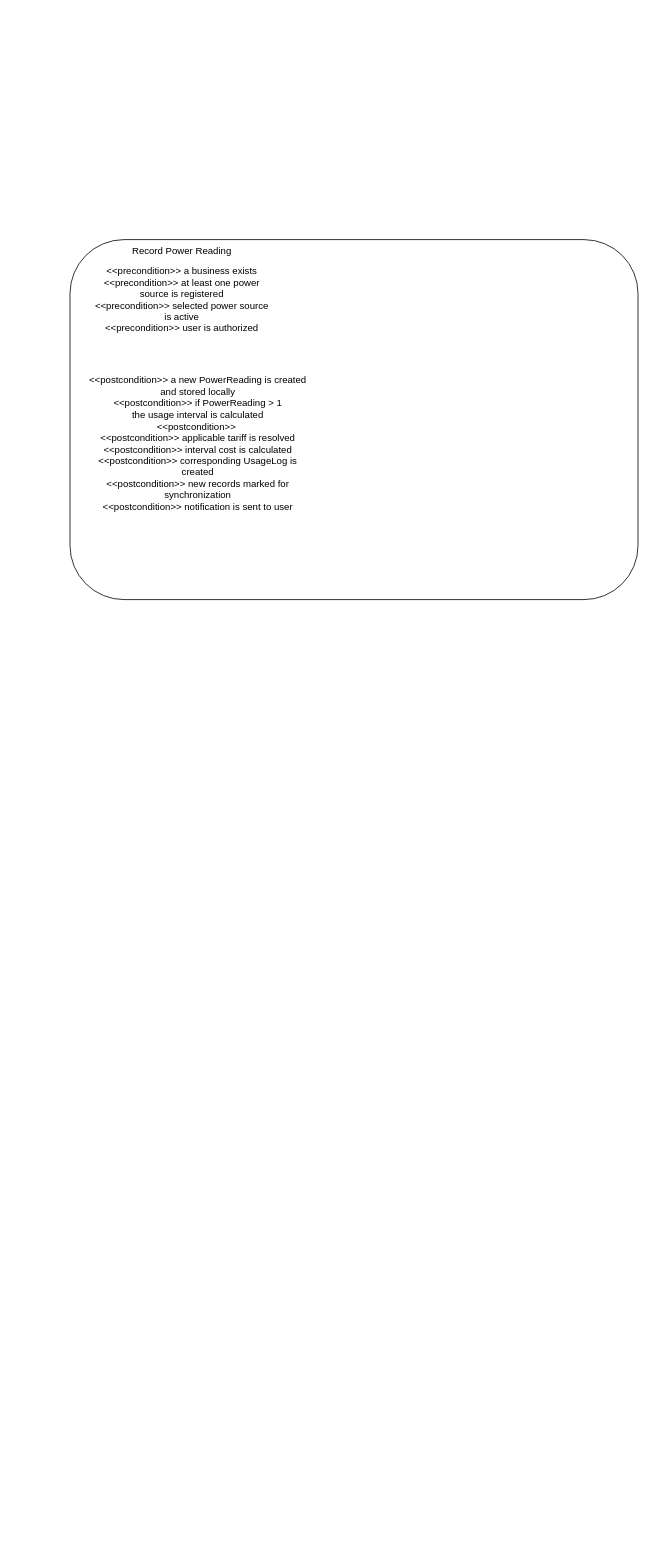
Chiamie/power-cost-tracker keeps this draw.io diagram as page "activity-diagram" (5 of 7) of power-cost.drawio. Above is the earlier version. Source tidied: cells renumbered, new cells numbered last; positions are measured from the earlier drawing's top-left corner, leaving out a move shared by most shapes. Both pictures are drawn from the tidied source at 80%, with x=0, y=0 at pixel (70, 239).
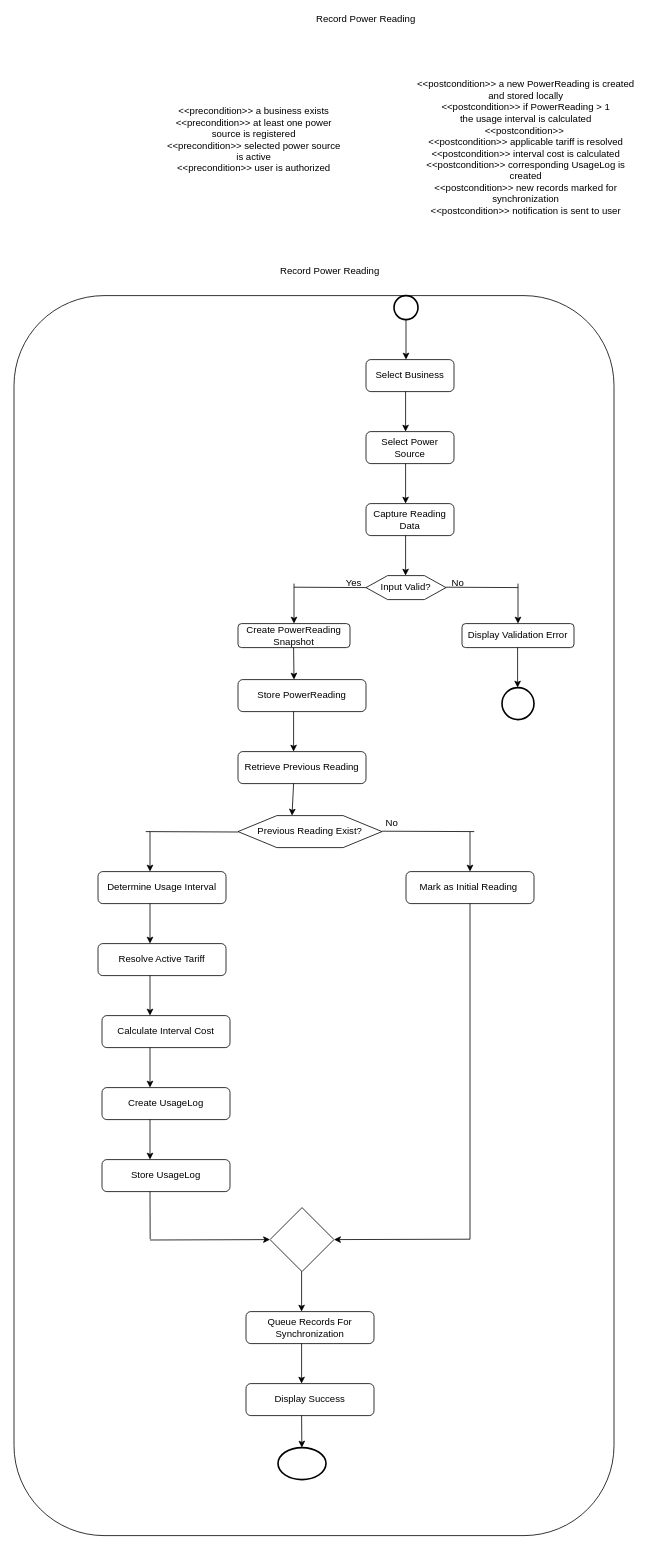
The same page after the edit.

Commit message:
added activity flow diagram  for Record Power Reading use case

Change to the diagram source:
```diff
@@
     <mxCell id="2" style="rounded=1;whiteSpace=wrap;html=1;" parent="1" vertex="1">
-      <mxGeometry width="710" height="450" as="geometry" />
+      <mxGeometry x="-70" y="70" width="750" height="1550" as="geometry" />
     </mxCell>
     <mxCell id="3" value="Record Power Reading" style="text;html=1;whiteSpace=wrap;strokeColor=none;fillColor=none;align=center;verticalAlign=middle;rounded=0;" parent="1" vertex="1">
-      <mxGeometry x="70" y="10" width="140" height="10" as="geometry" />
+      <mxGeometry x="180" y="20" width="290" height="40" as="geometry" />
     </mxCell>
     <mxCell id="4" value="&amp;lt;&amp;lt;precondition&amp;gt;&amp;gt; a business exists&lt;div&gt;&amp;lt;&amp;lt;precondition&amp;gt;&amp;gt; at least one power source is registered&lt;/div&gt;&lt;div&gt;&amp;lt;&amp;lt;precondition&amp;gt;&amp;gt; selected power source is active&lt;/div&gt;&lt;div&gt;&amp;lt;&amp;lt;precondition&amp;gt;&amp;gt; user is authorized&lt;/div&gt;" style="text;html=1;whiteSpace=wrap;strokeColor=none;fillColor=none;align=center;verticalAlign=middle;rounded=0;" parent="1" vertex="1">
-      <mxGeometry x="30" y="30" width="220" height="90" as="geometry" />
+      <mxGeometry x="120" y="-170" width="220" height="90" as="geometry" />
     </mxCell>
     <mxCell id="5" value="&amp;lt;&amp;lt;postcondition&amp;gt;&amp;gt; a new PowerReading is created and stored locally&lt;div&gt;&amp;lt;&amp;lt;postcondition&amp;gt;&amp;gt; if PowerReading &amp;gt; 1&lt;/div&gt;&lt;div&gt;the usage interval is calculated&lt;/div&gt;&lt;div&gt;&amp;lt;&amp;lt;postcondition&amp;gt;&amp;gt;&amp;nbsp;&lt;/div&gt;&lt;div&gt;&amp;lt;&amp;lt;postcondition&amp;gt;&amp;gt; applicable tariff is resolved&lt;/div&gt;&lt;div&gt;&amp;lt;&amp;lt;postcondition&amp;gt;&amp;gt; interval cost is calculated&lt;/div&gt;&lt;div&gt;&amp;lt;&amp;lt;postcondition&amp;gt;&amp;gt; corresponding UsageLog is created&lt;/div&gt;&lt;div&gt;&amp;lt;&amp;lt;postcondition&amp;gt;&amp;gt; new records marked for synchronization&lt;/div&gt;&lt;div&gt;&amp;lt;&amp;lt;postcondition&amp;gt;&amp;gt; notification is sent to user&lt;/div&gt;" style="text;html=1;whiteSpace=wrap;strokeColor=none;fillColor=none;align=center;verticalAlign=middle;rounded=0;" parent="1" vertex="1">
-      <mxGeometry x="20" y="220" width="280" height="70" as="geometry" />
+      <mxGeometry x="430" y="-150" width="280" height="70" as="geometry" />
     </mxCell>
+    <mxCell id="6" value="Select Business" style="rounded=1;whiteSpace=wrap;html=1;" parent="1" vertex="1">
+      <mxGeometry x="370" y="150" width="110" height="40" as="geometry" />
+    </mxCell>
+    <mxCell id="7" value="Record Power Reading" style="text;html=1;whiteSpace=wrap;strokeColor=none;fillColor=none;align=center;verticalAlign=middle;rounded=0;" parent="1" vertex="1">
+      <mxGeometry x="300" y="-280" width="140" height="10" as="geometry" />
+    </mxCell>
+    <mxCell id="8" style="strokeWidth=2;html=1;shape=mxgraph.flowchart.start_2;whiteSpace=wrap;" parent="1" vertex="1">
+      <mxGeometry x="405" y="70" width="30" height="30" as="geometry" />
+    </mxCell>
+    <mxCell id="9" value="Select Power Source" style="rounded=1;whiteSpace=wrap;html=1;" parent="1" vertex="1">
+      <mxGeometry x="370" y="240" width="110" height="40" as="geometry" />
+    </mxCell>
+    <mxCell id="10" value="Capture Reading Data" style="rounded=1;whiteSpace=wrap;html=1;" parent="1" vertex="1">
+      <mxGeometry x="370" y="330" width="110" height="40" as="geometry" />
+    </mxCell>
+    <mxCell id="11" style="verticalLabelPosition=bottom;verticalAlign=top;html=1;shape=hexagon;perimeter=hexagonPerimeter2;arcSize=6;size=0.27;" parent="1" vertex="1">
+      <mxGeometry x="370" y="420" width="100" height="30" as="geometry" />
+    </mxCell>
+    <mxCell id="12" value="Input Valid?" style="text;html=1;whiteSpace=wrap;strokeColor=none;fillColor=none;align=center;verticalAlign=middle;rounded=0;" parent="1" vertex="1">
+      <mxGeometry x="380" y="420" width="80" height="30" as="geometry" />
+    </mxCell>
+    <mxCell id="13" style="endArrow=classic;html=1;rounded=0;exitX=0.5;exitY=1;exitDx=0;exitDy=0;exitPerimeter=0;" parent="1" edge="1" source="8">
+      <mxGeometry relative="1" as="geometry">
+        <mxPoint x="420" y="150" as="targetPoint" />
+      </mxGeometry>
+    </mxCell>
+    <mxCell id="14" style="endArrow=classic;html=1;rounded=0;exitX=0.5;exitY=1;exitDx=0;exitDy=0;exitPerimeter=0;" parent="1" edge="1">
+      <mxGeometry relative="1" as="geometry">
+        <mxPoint x="419.5" y="190" as="sourcePoint" />
+        <mxPoint x="419.5" y="240" as="targetPoint" />
+      </mxGeometry>
+    </mxCell>
+    <mxCell id="15" style="endArrow=classic;html=1;rounded=0;exitX=0.5;exitY=1;exitDx=0;exitDy=0;exitPerimeter=0;" parent="1" edge="1">
+      <mxGeometry relative="1" as="geometry">
+        <mxPoint x="419.5" y="280" as="sourcePoint" />
+        <mxPoint x="419.5" y="330" as="targetPoint" />
+      </mxGeometry>
+    </mxCell>
+    <mxCell id="16" style="endArrow=classic;html=1;rounded=0;exitX=0.5;exitY=1;exitDx=0;exitDy=0;exitPerimeter=0;" parent="1" edge="1">
+      <mxGeometry relative="1" as="geometry">
+        <mxPoint x="419.5" y="370" as="sourcePoint" />
+        <mxPoint x="419.5" y="420" as="targetPoint" />
+      </mxGeometry>
+    </mxCell>
+    <mxCell id="17" style="endArrow=none;html=1;rounded=0;" parent="1" edge="1">
+      <mxGeometry relative="1" as="geometry">
+        <mxPoint x="470" y="434.5" as="sourcePoint" />
+        <mxPoint x="560" y="435" as="targetPoint" />
+      </mxGeometry>
+    </mxCell>
+    <mxCell id="18" style="endArrow=classic;html=1;rounded=0;exitX=0.5;exitY=1;exitDx=0;exitDy=0;exitPerimeter=0;" parent="1" edge="1">
+      <mxGeometry relative="1" as="geometry">
+        <mxPoint x="560" y="430" as="sourcePoint" />
+        <mxPoint x="560" y="480" as="targetPoint" />
+      </mxGeometry>
+    </mxCell>
+    <mxCell id="19" style="strokeWidth=2;html=1;shape=mxgraph.flowchart.start_2;whiteSpace=wrap;" parent="1" vertex="1">
+      <mxGeometry x="540" y="560" width="40" height="40" as="geometry" />
+    </mxCell>
+    <mxCell id="20" value="Display Validation Error" style="rounded=1;whiteSpace=wrap;html=1;" parent="1" vertex="1">
+      <mxGeometry x="490" y="480" width="140" height="30" as="geometry" />
+    </mxCell>
+    <mxCell id="21" style="endArrow=classic;html=1;rounded=0;exitX=0.5;exitY=1;exitDx=0;exitDy=0;exitPerimeter=0;" parent="1" edge="1">
+      <mxGeometry relative="1" as="geometry">
+        <mxPoint x="559.5" y="510" as="sourcePoint" />
+        <mxPoint x="559.5" y="560" as="targetPoint" />
+      </mxGeometry>
+    </mxCell>
+    <mxCell id="22" value="No" style="text;html=1;whiteSpace=wrap;strokeColor=none;fillColor=none;align=center;verticalAlign=middle;rounded=0;" parent="1" vertex="1">
+      <mxGeometry x="470" y="420" width="30" height="20" as="geometry" />
+    </mxCell>
+    <mxCell id="23" value="Yes" style="text;html=1;whiteSpace=wrap;strokeColor=none;fillColor=none;align=center;verticalAlign=middle;rounded=0;" parent="1" vertex="1">
+      <mxGeometry x="340" y="420" width="30" height="20" as="geometry" />
+    </mxCell>
+    <mxCell id="24" style="endArrow=classic;html=1;rounded=0;exitX=0.5;exitY=1;exitDx=0;exitDy=0;exitPerimeter=0;" parent="1" edge="1">
+      <mxGeometry relative="1" as="geometry">
+        <mxPoint x="280" y="430" as="sourcePoint" />
+        <mxPoint x="280" y="480" as="targetPoint" />
+      </mxGeometry>
+    </mxCell>
+    <mxCell id="25" value="Create PowerReading Snapshot" style="rounded=1;whiteSpace=wrap;html=1;" parent="1" vertex="1">
+      <mxGeometry x="210" y="480" width="140" height="30" as="geometry" />
+    </mxCell>
+    <mxCell id="26" style="endArrow=classic;html=1;rounded=0;exitX=0.5;exitY=1;exitDx=0;exitDy=0;exitPerimeter=0;" parent="1" edge="1">
+      <mxGeometry relative="1" as="geometry">
+        <mxPoint x="279.5" y="510" as="sourcePoint" />
+        <mxPoint x="280" y="550" as="targetPoint" />
+      </mxGeometry>
+    </mxCell>
+    <mxCell id="27" value="Store PowerReading" style="rounded=1;whiteSpace=wrap;html=1;" parent="1" vertex="1">
+      <mxGeometry x="210" y="550" width="160" height="40" as="geometry" />
+    </mxCell>
+    <mxCell id="28" style="endArrow=classic;html=1;rounded=0;exitX=0.5;exitY=1;exitDx=0;exitDy=0;exitPerimeter=0;" parent="1" edge="1">
+      <mxGeometry relative="1" as="geometry">
+        <mxPoint x="279.5" y="590" as="sourcePoint" />
+        <mxPoint x="279.5" y="640" as="targetPoint" />
+      </mxGeometry>
+    </mxCell>
+    <mxCell id="29" value="Retrieve Previous Reading" style="rounded=1;whiteSpace=wrap;html=1;" parent="1" vertex="1">
+      <mxGeometry x="210" y="640" width="160" height="40" as="geometry" />
+    </mxCell>
+    <mxCell id="30" style="endArrow=classic;html=1;rounded=0;exitX=0.5;exitY=1;exitDx=0;exitDy=0;exitPerimeter=0;entryX=0.375;entryY=0;entryDx=0;entryDy=0;" parent="1" edge="1" target="31">
+      <mxGeometry relative="1" as="geometry">
+        <mxPoint x="279.5" y="680" as="sourcePoint" />
+      </mxGeometry>
+    </mxCell>
+    <mxCell id="31" style="verticalLabelPosition=bottom;verticalAlign=top;html=1;shape=hexagon;perimeter=hexagonPerimeter2;arcSize=6;size=0.27;" parent="1" vertex="1">
+      <mxGeometry x="210" y="720" width="180" height="40" as="geometry" />
+    </mxCell>
+    <mxCell id="32" value="Previous Reading Exist?" style="text;html=1;whiteSpace=wrap;strokeColor=none;fillColor=none;align=center;verticalAlign=middle;rounded=0;" parent="1" vertex="1">
+      <mxGeometry x="195" y="730" width="210" height="20" as="geometry" />
+    </mxCell>
+    <mxCell id="33" style="endArrow=none;html=1;rounded=0;entryX=0.754;entryY=0.614;entryDx=0;entryDy=0;entryPerimeter=0;" parent="1" edge="1">
+      <mxGeometry relative="1" as="geometry">
+        <mxPoint x="390" y="739.5" as="sourcePoint" />
+        <mxPoint x="505.3" y="740" as="targetPoint" />
+      </mxGeometry>
+    </mxCell>
+    <mxCell id="34" style="endArrow=classic;html=1;rounded=0;exitX=0.5;exitY=1;exitDx=0;exitDy=0;exitPerimeter=0;" parent="1" edge="1">
+      <mxGeometry relative="1" as="geometry">
+        <mxPoint x="500" y="740" as="sourcePoint" />
+        <mxPoint x="500" y="790" as="targetPoint" />
+      </mxGeometry>
+    </mxCell>
+    <mxCell id="35" value="No" style="text;html=1;whiteSpace=wrap;strokeColor=none;fillColor=none;align=center;verticalAlign=middle;rounded=0;" parent="1" vertex="1">
+      <mxGeometry x="390" y="720" width="25" height="20" as="geometry" />
+    </mxCell>
+    <mxCell id="36" value="Mark as Initial Reading&amp;nbsp;" style="rounded=1;whiteSpace=wrap;html=1;" parent="1" vertex="1">
+      <mxGeometry x="420" y="790" width="160" height="40" as="geometry" />
+    </mxCell>
+    <mxCell id="37" style="endArrow=none;html=1;rounded=0;entryX=0.754;entryY=0.614;entryDx=0;entryDy=0;entryPerimeter=0;" parent="1" edge="1">
+      <mxGeometry relative="1" as="geometry">
+        <mxPoint x="94.7" y="740" as="sourcePoint" />
+        <mxPoint x="210" y="740.5" as="targetPoint" />
+      </mxGeometry>
+    </mxCell>
+    <mxCell id="38" style="endArrow=classic;html=1;rounded=0;exitX=0.5;exitY=1;exitDx=0;exitDy=0;exitPerimeter=0;" parent="1" edge="1">
+      <mxGeometry relative="1" as="geometry">
+        <mxPoint x="100" y="740" as="sourcePoint" />
+        <mxPoint x="100" y="790" as="targetPoint" />
+      </mxGeometry>
+    </mxCell>
+    <mxCell id="39" value="Determine Usage Interval" style="rounded=1;whiteSpace=wrap;html=1;" parent="1" vertex="1">
+      <mxGeometry x="35" y="790" width="160" height="40" as="geometry" />
+    </mxCell>
+    <mxCell id="40" value="Resolve Active Tariff" style="rounded=1;whiteSpace=wrap;html=1;" parent="1" vertex="1">
+      <mxGeometry x="35" y="880" width="160" height="40" as="geometry" />
+    </mxCell>
+    <mxCell id="41" style="endArrow=classic;html=1;rounded=0;exitX=0.5;exitY=1;exitDx=0;exitDy=0;exitPerimeter=0;" parent="1" edge="1">
+      <mxGeometry relative="1" as="geometry">
+        <mxPoint x="100" y="830" as="sourcePoint" />
+        <mxPoint x="100" y="880" as="targetPoint" />
+      </mxGeometry>
+    </mxCell>
+    <mxCell id="42" style="endArrow=classic;html=1;rounded=0;exitX=0.5;exitY=1;exitDx=0;exitDy=0;exitPerimeter=0;" parent="1" edge="1">
+      <mxGeometry relative="1" as="geometry">
+        <mxPoint x="100" y="920" as="sourcePoint" />
+        <mxPoint x="100" y="970" as="targetPoint" />
+      </mxGeometry>
+    </mxCell>
+    <mxCell id="43" value="Calculate Interval Cost" style="rounded=1;whiteSpace=wrap;html=1;" parent="1" vertex="1">
+      <mxGeometry x="40" y="970" width="160" height="40" as="geometry" />
+    </mxCell>
+    <mxCell id="44" value="Create UsageLog" style="rounded=1;whiteSpace=wrap;html=1;" parent="1" vertex="1">
+      <mxGeometry x="40" y="1060" width="160" height="40" as="geometry" />
+    </mxCell>
+    <mxCell id="45" style="endArrow=classic;html=1;rounded=0;exitX=0.5;exitY=1;exitDx=0;exitDy=0;exitPerimeter=0;" parent="1" edge="1">
+      <mxGeometry relative="1" as="geometry">
+        <mxPoint x="100" y="1010" as="sourcePoint" />
+        <mxPoint x="100" y="1060" as="targetPoint" />
+      </mxGeometry>
+    </mxCell>
+    <mxCell id="46" style="endArrow=classic;html=1;rounded=0;exitX=0.5;exitY=1;exitDx=0;exitDy=0;exitPerimeter=0;" parent="1" edge="1">
+      <mxGeometry relative="1" as="geometry">
+        <mxPoint x="100" y="1100" as="sourcePoint" />
+        <mxPoint x="100" y="1150" as="targetPoint" />
+      </mxGeometry>
+    </mxCell>
+    <mxCell id="47" value="Store UsageLog" style="rounded=1;whiteSpace=wrap;html=1;" parent="1" vertex="1">
+      <mxGeometry x="40" y="1150" width="160" height="40" as="geometry" />
+    </mxCell>
+    <mxCell id="48" style="endArrow=none;html=1;rounded=0;curved=0;exitX=0.307;exitY=0.819;exitDx=0;exitDy=0;exitPerimeter=0;" parent="1" edge="1">
+      <mxGeometry relative="1" as="geometry">
+        <mxPoint x="100.2" y="1249.4" as="sourcePoint" />
+        <mxPoint x="100" y="1190" as="targetPoint" />
+      </mxGeometry>
+    </mxCell>
+    <mxCell id="49" style="endArrow=classic;html=1;rounded=0;exitX=0.5;exitY=1;exitDx=0;exitDy=0;exitPerimeter=0;entryX=0.48;entryY=0.819;entryDx=0;entryDy=0;entryPerimeter=0;" parent="1" edge="1">
+      <mxGeometry relative="1" as="geometry">
+        <mxPoint x="100" y="1250.5" as="sourcePoint" />
+        <mxPoint x="250" y="1250" as="targetPoint" />
+      </mxGeometry>
+    </mxCell>
+    <mxCell id="50" style="rhombus;whiteSpace=wrap;html=1;" parent="1" vertex="1">
+      <mxGeometry x="250" y="1210" width="80" height="80" as="geometry" />
+    </mxCell>
+    <mxCell id="51" style="endArrow=none;html=1;rounded=0;curved=0;exitX=0.76;exitY=0.761;exitDx=0;exitDy=0;exitPerimeter=0;" parent="1" edge="1" source="2">
+      <mxGeometry relative="1" as="geometry">
+        <mxPoint x="500" y="830" as="targetPoint" />
+      </mxGeometry>
+    </mxCell>
+    <mxCell id="52" style="endArrow=classic;html=1;rounded=0;exitX=0.5;exitY=1;exitDx=0;exitDy=0;exitPerimeter=0;entryX=1;entryY=0.5;entryDx=0;entryDy=0;" parent="1" edge="1" target="50">
+      <mxGeometry relative="1" as="geometry">
+        <mxPoint x="500" y="1249.5" as="sourcePoint" />
+      </mxGeometry>
+    </mxCell>
+    <mxCell id="53" style="endArrow=classic;html=1;rounded=0;exitX=0.5;exitY=1;exitDx=0;exitDy=0;exitPerimeter=0;" parent="1" edge="1">
+      <mxGeometry relative="1" as="geometry">
+        <mxPoint x="289.5" y="1290" as="sourcePoint" />
+        <mxPoint x="289.5" y="1340" as="targetPoint" />
+      </mxGeometry>
+    </mxCell>
+    <mxCell id="54" value="Queue Records For Synchronization" style="rounded=1;whiteSpace=wrap;html=1;" parent="1" vertex="1">
+      <mxGeometry x="220" y="1340" width="160" height="40" as="geometry" />
+    </mxCell>
+    <mxCell id="55" style="endArrow=classic;html=1;rounded=0;exitX=0.5;exitY=1;exitDx=0;exitDy=0;exitPerimeter=0;" parent="1" edge="1">
+      <mxGeometry relative="1" as="geometry">
+        <mxPoint x="289.5" y="1380" as="sourcePoint" />
+        <mxPoint x="289.5" y="1430" as="targetPoint" />
+      </mxGeometry>
+    </mxCell>
+    <mxCell id="56" value="Display Success" style="rounded=1;whiteSpace=wrap;html=1;" parent="1" vertex="1">
+      <mxGeometry x="220" y="1430" width="160" height="40" as="geometry" />
+    </mxCell>
+    <mxCell id="57" style="endArrow=classic;html=1;rounded=0;exitX=0.5;exitY=1;exitDx=0;exitDy=0;exitPerimeter=0;" parent="1" edge="1" target="58">
+      <mxGeometry relative="1" as="geometry">
+        <mxPoint x="289.5" y="1470" as="sourcePoint" />
+      </mxGeometry>
+    </mxCell>
+    <mxCell id="58" style="strokeWidth=2;html=1;shape=mxgraph.flowchart.start_2;whiteSpace=wrap;" parent="1" vertex="1">
+      <mxGeometry x="260" y="1510" width="60" height="40" as="geometry" />
+    </mxCell>
+    <mxCell id="59" style="endArrow=none;html=1;rounded=0;" parent="1" edge="1">
+      <mxGeometry relative="1" as="geometry">
+        <mxPoint x="280" y="434.5" as="sourcePoint" />
+        <mxPoint x="370" y="435" as="targetPoint" />
+      </mxGeometry>
+    </mxCell>
```
